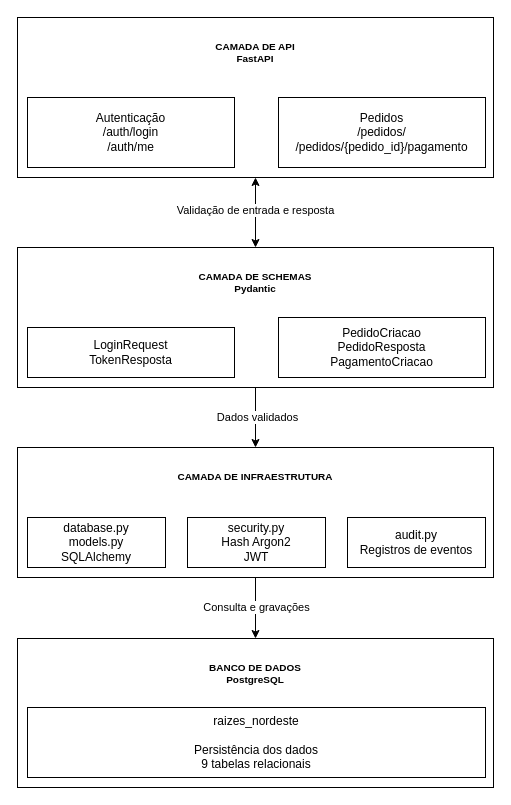
Above: page "Diagrama de Arquitetura em Camadas" (1 of 5) of docs/diagrams/DER_Raizes_do_Nordeste.drawio in Selomar/raizes-nordeste-api (draw.io), before the change. Source tidied: cells renumbered, new cells numbered last; positions are measured from the earlier drawing's top-left corner, leaving out a move shared by most shapes. Both pictures are drawn from the tidied source at 100%, with x=0, y=0 at pixel (17, 17).
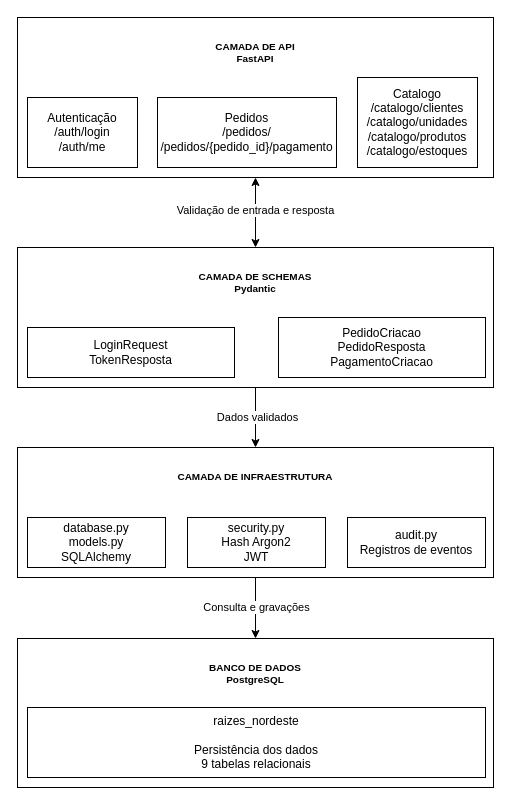
The same page after the edit.

Commit message (it also covers changes not shown here):
feat: adiciona modulo de catalogo e atualiza documentacao

Unchanged cells that the change refers to:
```xml
<mxCell id="16" style="group;" parent="1" vertex="1">
  <mxGeometry width="476" height="160" as="geometry" />
</mxCell>
```

Change to the diagram source:
```diff
@@
     <mxCell id="18" value="Autenticação&lt;div&gt;/auth/login&lt;/div&gt;&lt;div&gt;/auth/me&lt;/div&gt;" style="html=1;whiteSpace=wrap;" parent="16" vertex="1">
-      <mxGeometry x="10" y="80" width="207" height="70" as="geometry" />
+      <mxGeometry x="10" y="80" width="110" height="70" as="geometry" />
     </mxCell>
     <mxCell id="19" value="Pedidos&lt;div&gt;/pedidos/&lt;/div&gt;&lt;div&gt;/pedidos/{pedido_id}/pagamento&lt;/div&gt;" style="html=1;whiteSpace=wrap;" parent="16" vertex="1">
-      <mxGeometry x="261" y="80" width="207" height="70" as="geometry" />
+      <mxGeometry x="140" y="80" width="179" height="70" as="geometry" />
     </mxCell>
+    <mxCell id="24" value="Catalogo&lt;br&gt;&lt;div&gt;/catalogo/clientes&lt;/div&gt;&lt;div&gt;/catalogo/unidades&lt;/div&gt;&lt;div&gt;/catalogo/produtos&lt;/div&gt;&lt;div&gt;/catalogo/estoques&lt;/div&gt;" style="html=1;whiteSpace=wrap;" parent="16" vertex="1">
+      <mxGeometry x="340" y="60" width="120" height="90" as="geometry" />
+    </mxCell>
```
